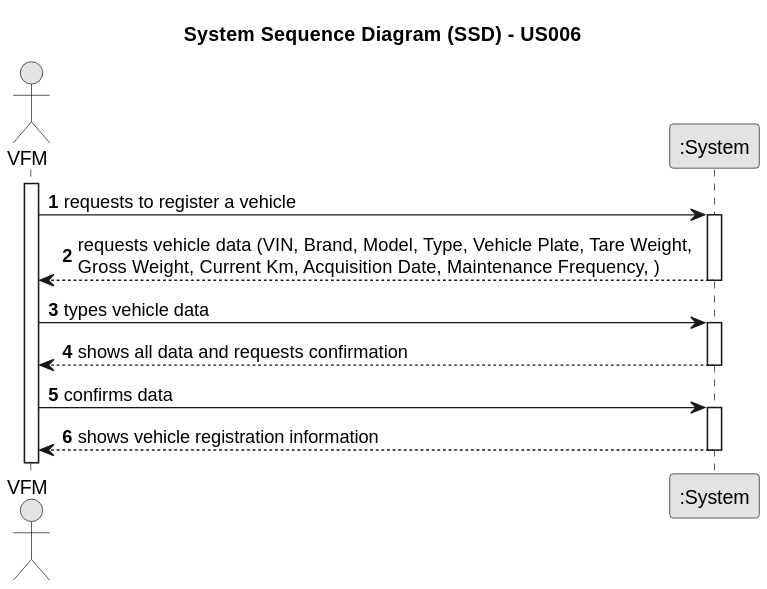
The PlantUML diagram docs/sprintB/us006/01.requirements-engineering/svg/us006-system-sequence-diagram-alternative-one.svg in ricardomm7/leaflink, before a commit.
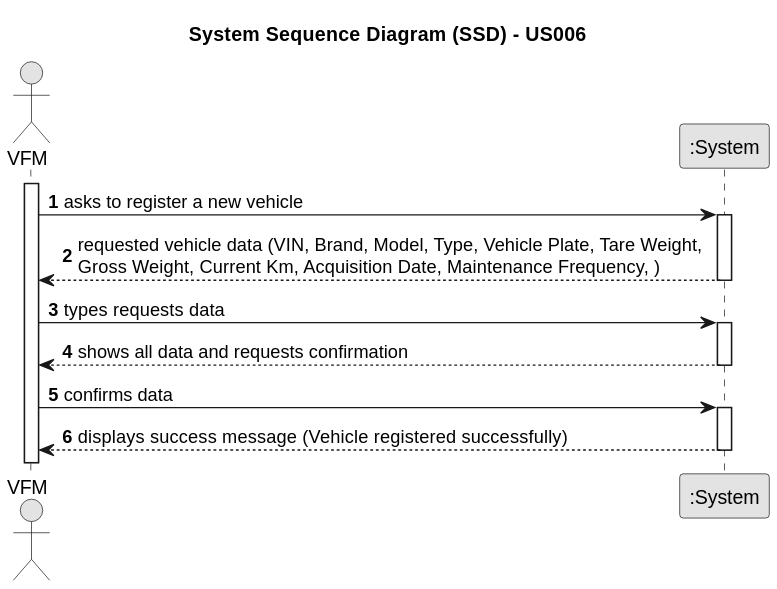
The same file after the commit.

Change to the diagram source:
```diff
@@ -12,13 +12,13 @@
 
 activate VFM
 
-    VFM -> System : requests to register a vehicle
+    VFM -> System : asks to register a new vehicle
     activate System
 
-        System --> VFM : requests vehicle data (VIN, Brand, Model, Type, Vehicle Plate, Tare Weight, \nGross Weight, Current Km, Acquisition Date, Maintenance Frequency, )
+        System --> VFM : requested vehicle data (VIN, Brand, Model, Type, Vehicle Plate, Tare Weight, \nGross Weight, Current Km, Acquisition Date, Maintenance Frequency, )
     deactivate System
 
-    VFM -> System : types vehicle data
+    VFM -> System : types requests data
 
     activate System
 
@@ -28,6 +28,6 @@
     VFM -> System : confirms data
     activate System
 
-        System --> VFM :  shows vehicle registration information
+        System --> VFM :  displays success message (Vehicle registered successfully)
     deactivate System
 @enduml
```
